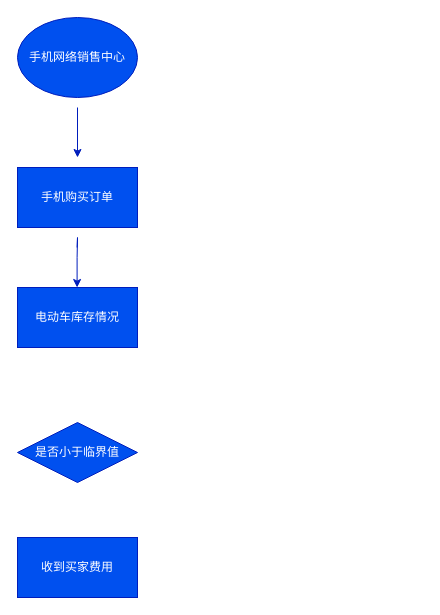
The draw.io diagram 电动车租赁.drawio in XGYCBX/ChatGPT-Discord-Bot, before the edit. Source tidied: cells renumbered, new cells numbered last; positions are measured from the earlier drawing's top-left corner, leaving out a move shared by most shapes. Both pictures are drawn from the tidied source at 100%, with x=0, y=0 at pixel (17, 17).
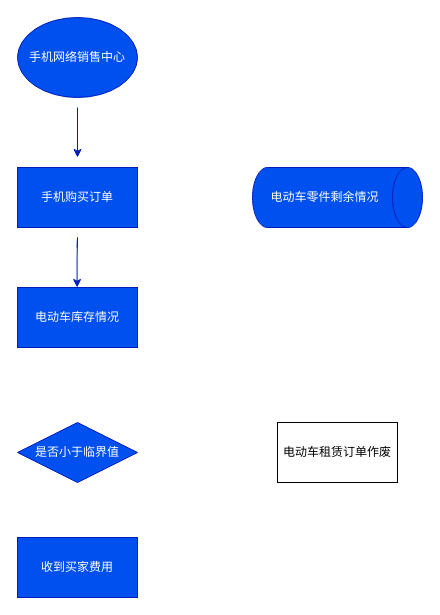
The same page after the edit.

Commit message (it also covers changes not shown here):
更新电动车租赁.drawio

Change to the diagram source:
```diff
@@
 <mxGraphModel>
   <root>
     <mxCell id="0" />
     <mxCell id="1" parent="0" />
     <mxCell id="2" value="手机网络销售中心" style="ellipse;whiteSpace=wrap;html=1;fillColor=#0050ef;strokeColor=#001DBC;fontColor=#ffffff;" parent="1" vertex="1">
       <mxGeometry width="120" height="80" as="geometry" />
     </mxCell>
     <mxCell id="3" value="手机购买订单" style="rounded=0;whiteSpace=wrap;html=1;fillColor=#0050ef;fontColor=#ffffff;strokeColor=#001DBC;" parent="1" vertex="1">
       <mxGeometry y="150" width="120" height="60" as="geometry" />
     </mxCell>
     <mxCell id="4" style="endArrow=classic;html=1;rounded=0;fillColor=#0050ef;strokeColor=#001DBC;" parent="1" edge="1">
       <mxGeometry relative="1" as="geometry">
         <mxPoint x="60" y="90" as="sourcePoint" />
         <mxPoint x="60" y="140" as="targetPoint" />
       </mxGeometry>
     </mxCell>
     <mxCell id="5" value="电动车库存情况" style="rounded=0;whiteSpace=wrap;html=1;fillColor=#0050ef;fontColor=#ffffff;strokeColor=#001DBC;" parent="1" vertex="1">
       <mxGeometry y="270" width="120" height="60" as="geometry" />
     </mxCell>
     <mxCell id="6" style="endArrow=classic;html=1;rounded=0;fillColor=#0050ef;strokeColor=#001DBC;" parent="1" edge="1">
       <mxGeometry relative="1" as="geometry">
         <mxPoint x="59.6" y="230" as="sourcePoint" />
         <mxPoint x="59.6" y="270" as="targetPoint" />
         <Array as="points">
           <mxPoint x="60" y="220" />
           <mxPoint x="59.6" y="240" />
         </Array>
       </mxGeometry>
     </mxCell>
     <mxCell id="7" value="是否小于临界值" style="rhombus;whiteSpace=wrap;html=1;fillColor=#0050ef;fontColor=#ffffff;strokeColor=#001DBC;" parent="1" vertex="1">
       <mxGeometry y="405" width="120" height="60" as="geometry" />
     </mxCell>
     <mxCell id="8" value="收到买家费用" style="rounded=0;whiteSpace=wrap;html=1;fillColor=#0050ef;fontColor=#ffffff;strokeColor=#001DBC;" parent="1" vertex="1">
       <mxGeometry y="520" width="120" height="60" as="geometry" />
     </mxCell>
+    <mxCell id="9" value="电动车零件剩余情况" style="shape=cylinder3;whiteSpace=wrap;html=1;boundedLbl=1;backgroundOutline=1;size=15;rotation=90;fillColor=#0050ef;fontColor=#ffffff;strokeColor=#001DBC;textDirection=ltr;labelPosition=center;verticalLabelPosition=middle;align=center;verticalAlign=middle;horizontal=0;" parent="1" vertex="1">
+      <mxGeometry x="290" y="95" width="60" height="170" as="geometry" />
+    </mxCell>
+    <mxCell id="10" value="电动车租赁订单作废" style="rounded=0;whiteSpace=wrap;html=1;" parent="1" vertex="1">
+      <mxGeometry x="260" y="405" width="120" height="60" as="geometry" />
+    </mxCell>
   </root>
 </mxGraphModel>
```
